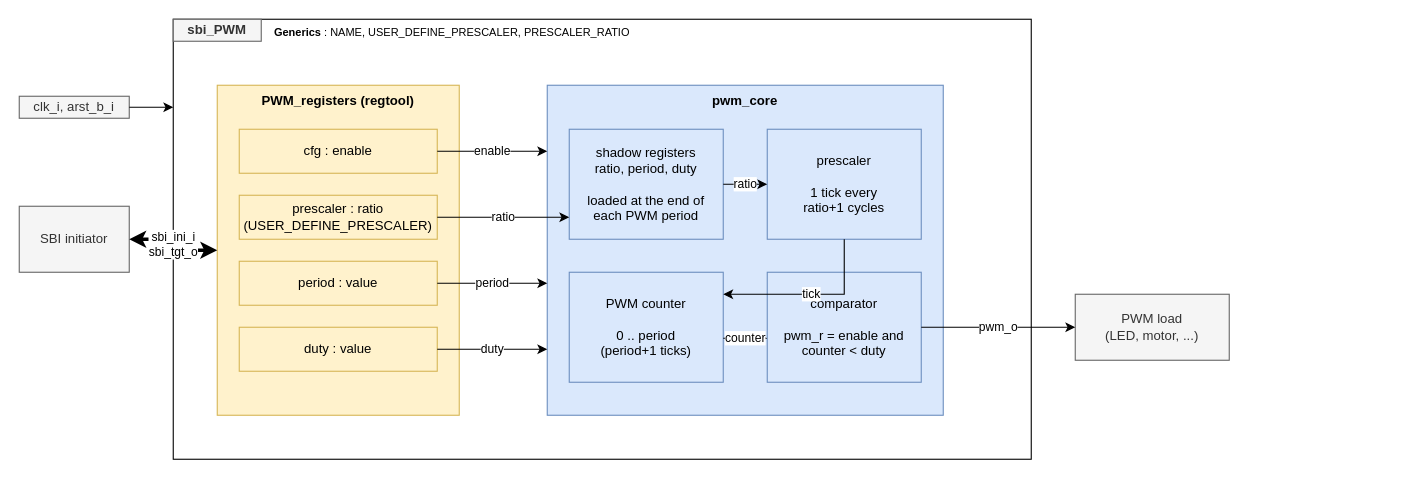
Earlier version of the draw.io diagram doc/PWM.drawio (deuskane/asylum-component-pwm). Source tidied: cells renumbered, new cells numbered last; positions are measured from the earlier drawing's top-left corner, leaving out a move shared by most shapes. Both pictures are drawn from the tidied source at 110%, with x=0, y=0 at pixel (19, 19).
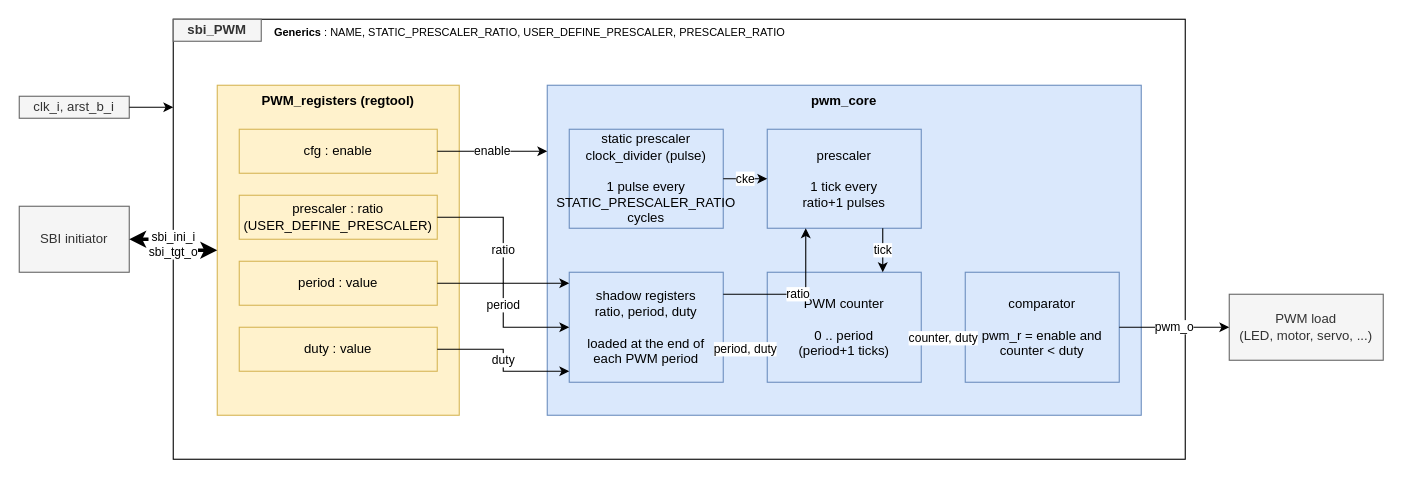
Above is the later version.

Commit message (it also covers changes not shown here):
PWM - README and block diagram : static prescaler

Unchanged cells that the change refers to:
```xml
<mxCell id="7" value="prescaler : ratio&lt;br&gt;(USER_DEFINE_PRESCALER)" style="rounded=0;whiteSpace=wrap;html=1;fillColor=#fff2cc;strokeColor=#d6b656;" parent="1" vertex="1">
  <mxGeometry x="200" y="160" width="180" height="40" as="geometry" />
</mxCell>
<mxCell id="8" value="period : value" style="rounded=0;whiteSpace=wrap;html=1;fillColor=#fff2cc;strokeColor=#d6b656;" parent="1" vertex="1">
  <mxGeometry x="200" y="220" width="180" height="40" as="geometry" />
</mxCell>
<mxCell id="9" value="duty : value" style="rounded=0;whiteSpace=wrap;html=1;fillColor=#fff2cc;strokeColor=#d6b656;" parent="1" vertex="1">
  <mxGeometry x="200" y="280" width="180" height="40" as="geometry" />
</mxCell>
```

What changed in the source:
```diff
@@
     <mxCell id="2" style="rounded=0;whiteSpace=wrap;html=1;" parent="1" vertex="1">
-      <mxGeometry x="140" width="780" height="400" as="geometry" />
+      <mxGeometry x="140" width="920" height="400" as="geometry" />
     </mxCell>
@@
-    <mxCell id="4" value="&lt;b&gt;Generics&lt;/b&gt; : NAME, USER_DEFINE_PRESCALER, PRESCALER_RATIO" style="text;html=1;whiteSpace=wrap;strokeColor=none;fillColor=none;align=left;verticalAlign=top;rounded=0;fontSize=10;" parent="1" vertex="1">
-      <mxGeometry x="230" width="680" height="40" as="geometry" />
+    <mxCell id="4" value="&lt;b&gt;Generics&lt;/b&gt; : NAME, STATIC_PRESCALER_RATIO, USER_DEFINE_PRESCALER, PRESCALER_RATIO" style="text;html=1;whiteSpace=wrap;strokeColor=none;fillColor=none;align=left;verticalAlign=top;rounded=0;fontSize=10;" parent="1" vertex="1">
+      <mxGeometry x="230" width="820" height="40" as="geometry" />
     </mxCell>
@@
     <mxCell id="10" value="pwm_core" style="rounded=0;whiteSpace=wrap;html=1;fillColor=#dae8fc;strokeColor=#6c8ebf;verticalAlign=top;fontStyle=1;" parent="1" vertex="1">
-      <mxGeometry x="480" y="60" width="360" height="300" as="geometry" />
+      <mxGeometry x="480" y="60" width="540" height="300" as="geometry" />
     </mxCell>
+    <mxCell id="28" value="static prescaler&lt;br&gt;clock_divider (pulse)&lt;br&gt;&lt;br&gt;1 pulse every&lt;br&gt;STATIC_PRESCALER_RATIO cycles" style="rounded=0;whiteSpace=wrap;html=1;fillColor=#dae8fc;strokeColor=#6c8ebf;" parent="1" vertex="1">
+      <mxGeometry x="500" y="100" width="140" height="90" as="geometry" />
+    </mxCell>
+    <mxCell id="12" value="prescaler&lt;br&gt;&lt;br&gt;1 tick every&lt;br&gt;ratio+1 pulses" style="rounded=0;whiteSpace=wrap;html=1;fillColor=#dae8fc;strokeColor=#6c8ebf;" parent="1" vertex="1">
+      <mxGeometry x="680" y="100" width="140" height="90" as="geometry" />
+    </mxCell>
     <mxCell id="11" value="shadow registers&lt;br&gt;ratio, period, duty&lt;br&gt;&lt;br&gt;loaded at the end of&lt;br&gt;each PWM period" style="rounded=0;whiteSpace=wrap;html=1;fillColor=#dae8fc;strokeColor=#6c8ebf;" parent="1" vertex="1">
-      <mxGeometry x="500" y="100" width="140" height="100" as="geometry" />
+      <mxGeometry x="500" y="230" width="140" height="100" as="geometry" />
     </mxCell>
-    <mxCell id="12" value="prescaler&lt;br&gt;&lt;br&gt;1 tick every&lt;br&gt;ratio+1 cycles" style="rounded=0;whiteSpace=wrap;html=1;fillColor=#dae8fc;strokeColor=#6c8ebf;" parent="1" vertex="1">
-      <mxGeometry x="680" y="100" width="140" height="100" as="geometry" />
-    </mxCell>
     <mxCell id="13" value="PWM counter&lt;br&gt;&lt;br&gt;0 .. period&lt;br&gt;(period+1 ticks)" style="rounded=0;whiteSpace=wrap;html=1;fillColor=#dae8fc;strokeColor=#6c8ebf;" parent="1" vertex="1">
-      <mxGeometry x="500" y="230" width="140" height="100" as="geometry" />
+      <mxGeometry x="680" y="230" width="140" height="100" as="geometry" />
     </mxCell>
     <mxCell id="14" value="comparator&lt;br&gt;&lt;br&gt;pwm_r = enable and&lt;br&gt;counter &amp;lt; duty" style="rounded=0;whiteSpace=wrap;html=1;fillColor=#dae8fc;strokeColor=#6c8ebf;" parent="1" vertex="1">
-      <mxGeometry x="680" y="230" width="140" height="100" as="geometry" />
+      <mxGeometry x="860" y="230" width="140" height="100" as="geometry" />
     </mxCell>
@@
-    <mxCell id="17" value="PWM load&lt;br&gt;(LED, motor, ...)" style="rounded=0;whiteSpace=wrap;html=1;fillColor=#f5f5f5;fontColor=#333333;strokeColor=#666666;" parent="1" vertex="1">
-      <mxGeometry x="960" y="250" width="140" height="60" as="geometry" />
+    <mxCell id="17" value="PWM load&lt;br&gt;(LED, motor, servo, ...)" style="rounded=0;whiteSpace=wrap;html=1;fillColor=#f5f5f5;fontColor=#333333;strokeColor=#666666;" parent="1" vertex="1">
+      <mxGeometry x="1100" y="250" width="140" height="60" as="geometry" />
     </mxCell>
@@
-    <mxCell id="21" value="ratio" style="edgeStyle=orthogonalEdgeStyle;rounded=0;jettySize=auto;html=1;exitX=1;exitY=0.5;entryX=0;entryY=0.8;" parent="1" edge="1" source="7" target="11">
+    <mxCell id="21" value="ratio" style="edgeStyle=orthogonalEdgeStyle;rounded=0;jettySize=auto;html=1;exitX=1;exitY=0.5;entryX=0;entryY=0.1;" parent="1" edge="1" source="7" target="11">
       <mxGeometry relative="1" as="geometry" />
     </mxCell>
-    <mxCell id="22" value="period" style="edgeStyle=orthogonalEdgeStyle;rounded=0;jettySize=auto;html=1;exitX=1;exitY=0.5;entryX=0;entryY=0.6;" parent="1" edge="1" source="8" target="10">
+    <mxCell id="22" value="period" style="edgeStyle=orthogonalEdgeStyle;rounded=0;jettySize=auto;html=1;exitX=1;exitY=0.5;entryX=0;entryY=0.5;" parent="1" edge="1" source="8" target="11">
       <mxGeometry relative="1" as="geometry" />
     </mxCell>
-    <mxCell id="23" value="duty" style="edgeStyle=orthogonalEdgeStyle;rounded=0;jettySize=auto;html=1;exitX=1;exitY=0.5;entryX=0;entryY=0.8;" parent="1" edge="1" source="9" target="10">
+    <mxCell id="23" value="duty" style="edgeStyle=orthogonalEdgeStyle;rounded=0;jettySize=auto;html=1;exitX=1;exitY=0.5;entryX=0;entryY=0.9;" parent="1" edge="1" source="9" target="11">
       <mxGeometry relative="1" as="geometry" />
     </mxCell>
+    <mxCell id="29" value="cke" style="edgeStyle=orthogonalEdgeStyle;rounded=0;jettySize=auto;html=1;exitX=1;exitY=0.5;entryX=0;entryY=0.5;" parent="1" edge="1" source="28" target="12">
+      <mxGeometry relative="1" as="geometry" />
+    </mxCell>
-    <mxCell id="24" value="ratio" style="edgeStyle=orthogonalEdgeStyle;rounded=0;jettySize=auto;html=1;exitX=1;exitY=0.5;entryX=0;entryY=0.5;" parent="1" edge="1" source="11" target="12">
+    <mxCell id="24" value="ratio" style="edgeStyle=orthogonalEdgeStyle;rounded=0;jettySize=auto;html=1;exitX=1;exitY=0.2;entryX=0.25;entryY=1;" parent="1" edge="1" source="11" target="12">
       <mxGeometry relative="1" as="geometry" />
     </mxCell>
-    <mxCell id="25" value="tick" style="edgeStyle=orthogonalEdgeStyle;rounded=0;jettySize=auto;html=1;exitX=0.5;exitY=1;entryX=1;entryY=0.2;" parent="1" edge="1" source="12" target="13">
+    <mxCell id="25" value="tick" style="edgeStyle=orthogonalEdgeStyle;rounded=0;jettySize=auto;html=1;exitX=0.75;exitY=1;entryX=0.75;entryY=0;" parent="1" edge="1" source="12" target="13">
       <mxGeometry relative="1" as="geometry" />
     </mxCell>
+    <mxCell id="30" value="period, duty" style="edgeStyle=orthogonalEdgeStyle;rounded=0;jettySize=auto;html=1;exitX=1;exitY=0.7;entryX=0;entryY=0.7;" parent="1" edge="1" source="11" target="13">
+      <mxGeometry relative="1" as="geometry" />
+    </mxCell>
-    <mxCell id="26" value="counter" style="edgeStyle=orthogonalEdgeStyle;rounded=0;jettySize=auto;html=1;exitX=1;exitY=0.6;entryX=0;entryY=0.6;" parent="1" edge="1" source="13" target="14">
+    <mxCell id="26" value="counter, duty" style="edgeStyle=orthogonalEdgeStyle;rounded=0;jettySize=auto;html=1;exitX=1;exitY=0.6;entryX=0;entryY=0.6;" parent="1" edge="1" source="13" target="14">
       <mxGeometry relative="1" as="geometry" />
     </mxCell>
```
